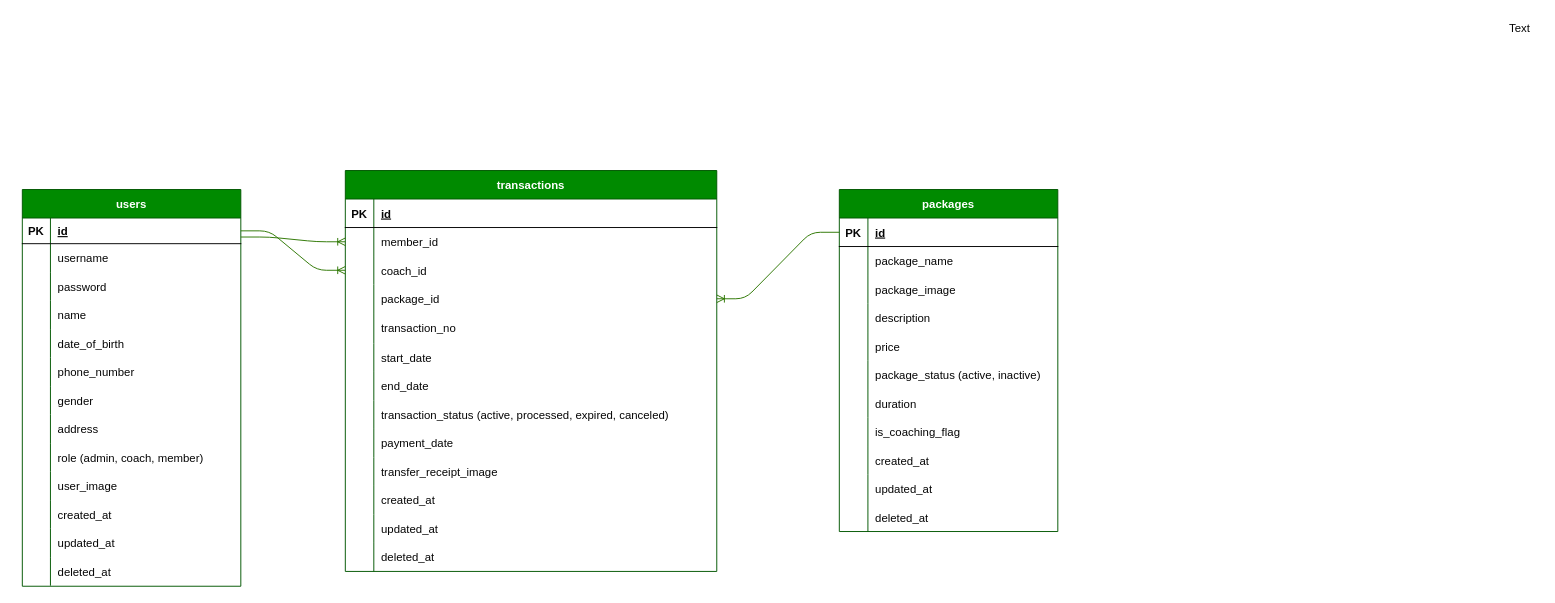
Before: erd.drawio in rahmatadlin/gym_app, a draw.io diagram. Source tidied: cells renumbered, new cells numbered last; positions are measured from the earlier drawing's top-left corner, leaving out a move shared by most shapes. Both pictures are drawn from the tidied source at 95%, with x=0, y=0 at pixel (22, 16).
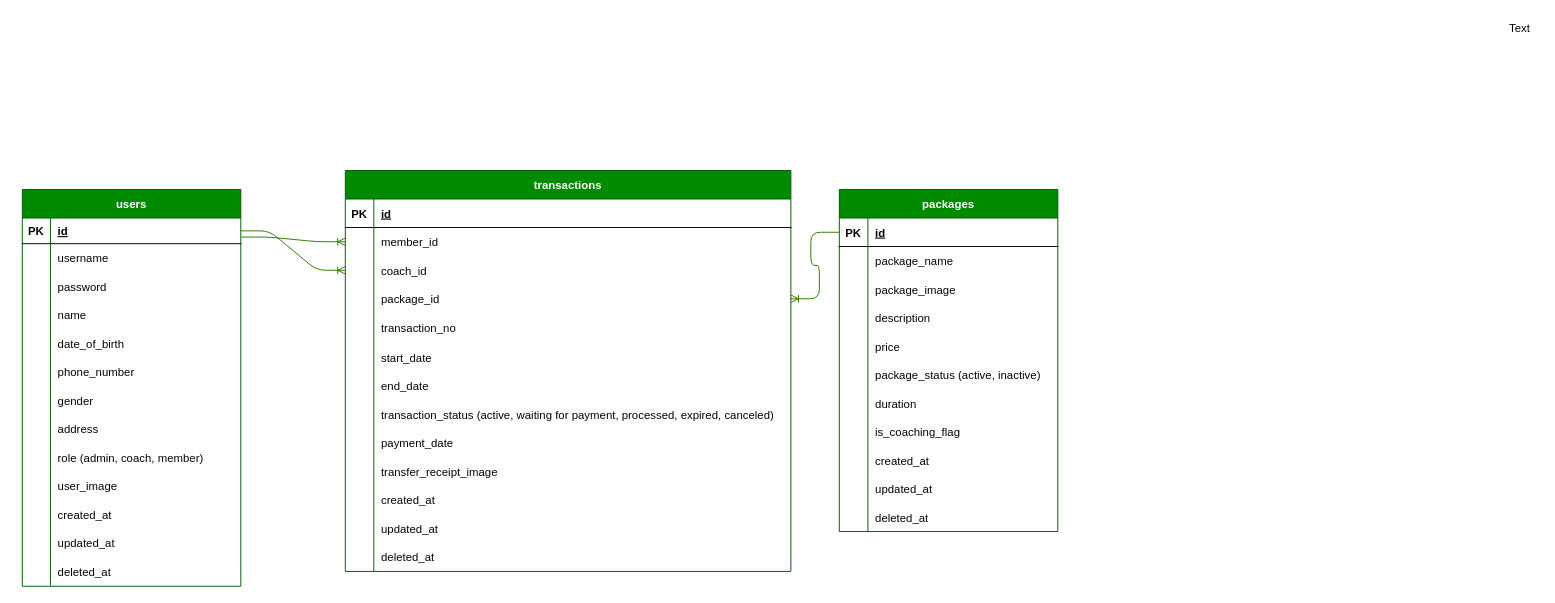
Above is the later version.

What changed in the source:
```diff
@@
     <mxCell id="42" value="transactions" style="shape=table;startSize=30;childLayout=tableLayout;rowLines=0;fontStyle=1;align=center;fontColor=#ffffff;fillColor=#008a00;strokeColor=#005700;" parent="1" vertex="1">
-      <mxGeometry x="340" y="162" width="391" height="422" as="geometry" />
+      <mxGeometry x="340" y="162" width="469" height="422" as="geometry" />
     </mxCell>
     <mxCell id="43" style="shape=tableRow;horizontal=0;startSize=0;swimlaneHead=0;swimlaneBody=0;fillColor=none;top=0;left=0;right=0;bottom=1;fontColor=#050505;" parent="42" vertex="1">
-      <mxGeometry y="30" width="391" height="30" as="geometry" />
+      <mxGeometry y="30" width="469" height="30" as="geometry" />
     </mxCell>
@@
     <mxCell id="45" value="id" style="shape=partialRectangle;fillColor=none;top=0;left=0;bottom=0;right=0;align=left;spacingLeft=6;fontStyle=5;overflow=hidden;fontColor=#050505;" parent="43" vertex="1">
-      <mxGeometry x="30" width="361" height="30" as="geometry" />
+      <mxGeometry x="30" width="439" height="30" as="geometry" />
     </mxCell>
     <mxCell id="46" style="shape=tableRow;horizontal=0;startSize=0;swimlaneHead=0;swimlaneBody=0;fillColor=none;points=[[0,0.5],[1,0.5]];portConstraint=eastwest;top=0;left=0;right=0;bottom=0;fontColor=#050505;" parent="42" vertex="1">
-      <mxGeometry y="60" width="391" height="30" as="geometry" />
+      <mxGeometry y="60" width="469" height="30" as="geometry" />
     </mxCell>
@@
     <mxCell id="48" value="member_id" style="shape=partialRectangle;fillColor=none;top=0;left=0;bottom=0;right=0;align=left;spacingLeft=6;overflow=hidden;fontColor=#050505;" parent="46" vertex="1">
-      <mxGeometry x="30" width="361" height="30" as="geometry" />
+      <mxGeometry x="30" width="439" height="30" as="geometry" />
     </mxCell>
     <mxCell id="49" style="shape=tableRow;horizontal=0;startSize=0;swimlaneHead=0;swimlaneBody=0;fillColor=none;points=[[0,0.5],[1,0.5]];portConstraint=eastwest;top=0;left=0;right=0;bottom=0;fontColor=#050505;" parent="42" vertex="1">
-      <mxGeometry y="90" width="391" height="30" as="geometry" />
+      <mxGeometry y="90" width="469" height="30" as="geometry" />
     </mxCell>
@@
     <mxCell id="51" value="coach_id" style="shape=partialRectangle;fillColor=none;top=0;left=0;bottom=0;right=0;align=left;spacingLeft=6;overflow=hidden;fontColor=#050505;" parent="49" vertex="1">
-      <mxGeometry x="30" width="361" height="30" as="geometry" />
+      <mxGeometry x="30" width="439" height="30" as="geometry" />
     </mxCell>
     <mxCell id="52" style="shape=tableRow;horizontal=0;startSize=0;swimlaneHead=0;swimlaneBody=0;fillColor=none;points=[[0,0.5],[1,0.5]];portConstraint=eastwest;top=0;left=0;right=0;bottom=0;fontColor=#050505;" parent="42" vertex="1">
-      <mxGeometry y="120" width="391" height="30" as="geometry" />
+      <mxGeometry y="120" width="469" height="30" as="geometry" />
     </mxCell>
@@
     <mxCell id="54" value="package_id" style="shape=partialRectangle;fillColor=none;top=0;left=0;bottom=0;right=0;align=left;spacingLeft=6;overflow=hidden;fontColor=#050505;" parent="52" vertex="1">
-      <mxGeometry x="30" width="361" height="30" as="geometry" />
+      <mxGeometry x="30" width="439" height="30" as="geometry" />
     </mxCell>
     <mxCell id="55" style="shape=tableRow;horizontal=0;startSize=0;swimlaneHead=0;swimlaneBody=0;fillColor=none;top=0;left=0;right=0;bottom=0;fontColor=#050505;" parent="42" vertex="1">
-      <mxGeometry y="150" width="391" height="32" as="geometry" />
+      <mxGeometry y="150" width="469" height="32" as="geometry" />
     </mxCell>
@@
     <mxCell id="57" value="transaction_no" style="shape=partialRectangle;fillColor=none;top=0;left=0;bottom=0;right=0;align=left;spacingLeft=6;overflow=hidden;fontColor=#050505;" parent="55" vertex="1">
-      <mxGeometry x="30" width="361" height="32" as="geometry" />
+      <mxGeometry x="30" width="439" height="32" as="geometry" />
     </mxCell>
     <mxCell id="58" style="shape=tableRow;horizontal=0;startSize=0;swimlaneHead=0;swimlaneBody=0;fillColor=none;top=0;left=0;right=0;bottom=0;fontColor=#050505;" parent="42" vertex="1">
-      <mxGeometry y="182" width="391" height="30" as="geometry" />
+      <mxGeometry y="182" width="469" height="30" as="geometry" />
     </mxCell>
@@
     <mxCell id="60" value="start_date" style="shape=partialRectangle;fillColor=none;top=0;left=0;bottom=0;right=0;align=left;spacingLeft=6;overflow=hidden;fontColor=#050505;" parent="58" vertex="1">
-      <mxGeometry x="30" width="361" height="30" as="geometry" />
+      <mxGeometry x="30" width="439" height="30" as="geometry" />
     </mxCell>
     <mxCell id="61" style="shape=tableRow;horizontal=0;startSize=0;swimlaneHead=0;swimlaneBody=0;fillColor=none;top=0;left=0;right=0;bottom=0;fontColor=#050505;" parent="42" vertex="1">
-      <mxGeometry y="212" width="391" height="30" as="geometry" />
+      <mxGeometry y="212" width="469" height="30" as="geometry" />
     </mxCell>
@@
     <mxCell id="63" value="end_date" style="shape=partialRectangle;fillColor=none;top=0;left=0;bottom=0;right=0;align=left;spacingLeft=6;overflow=hidden;fontColor=#050505;" parent="61" vertex="1">
-      <mxGeometry x="30" width="361" height="30" as="geometry" />
+      <mxGeometry x="30" width="439" height="30" as="geometry" />
     </mxCell>
     <mxCell id="64" style="shape=tableRow;horizontal=0;startSize=0;swimlaneHead=0;swimlaneBody=0;fillColor=none;top=0;left=0;right=0;bottom=0;fontColor=#050505;" parent="42" vertex="1">
-      <mxGeometry y="242" width="391" height="30" as="geometry" />
+      <mxGeometry y="242" width="469" height="30" as="geometry" />
     </mxCell>
@@
-    <mxCell id="66" value="transaction_status (active, processed, expired, canceled)" style="shape=partialRectangle;fillColor=none;top=0;left=0;bottom=0;right=0;align=left;spacingLeft=6;overflow=hidden;fontColor=#050505;" parent="64" vertex="1">
-      <mxGeometry x="30" width="361" height="30" as="geometry" />
+    <mxCell id="66" value="transaction_status (active, waiting for payment, processed, expired, canceled)" style="shape=partialRectangle;fillColor=none;top=0;left=0;bottom=0;right=0;align=left;spacingLeft=6;overflow=hidden;fontColor=#050505;" parent="64" vertex="1">
+      <mxGeometry x="30" width="439" height="30" as="geometry" />
     </mxCell>
     <mxCell id="67" style="shape=tableRow;horizontal=0;startSize=0;swimlaneHead=0;swimlaneBody=0;fillColor=none;top=0;left=0;right=0;bottom=0;fontColor=#050505;" parent="42" vertex="1">
-      <mxGeometry y="272" width="391" height="30" as="geometry" />
+      <mxGeometry y="272" width="469" height="30" as="geometry" />
     </mxCell>
@@
     <mxCell id="69" value="payment_date" style="shape=partialRectangle;fillColor=none;top=0;left=0;bottom=0;right=0;align=left;spacingLeft=6;overflow=hidden;fontColor=#050505;" parent="67" vertex="1">
-      <mxGeometry x="30" width="361" height="30" as="geometry" />
+      <mxGeometry x="30" width="439" height="30" as="geometry" />
     </mxCell>
     <mxCell id="70" style="shape=tableRow;horizontal=0;startSize=0;swimlaneHead=0;swimlaneBody=0;fillColor=none;top=0;left=0;right=0;bottom=0;fontColor=#050505;" parent="42" vertex="1">
-      <mxGeometry y="302" width="391" height="30" as="geometry" />
+      <mxGeometry y="302" width="469" height="30" as="geometry" />
     </mxCell>
@@
     <mxCell id="72" value="transfer_receipt_image" style="shape=partialRectangle;fillColor=none;top=0;left=0;bottom=0;right=0;align=left;spacingLeft=6;overflow=hidden;fontColor=#050505;" parent="70" vertex="1">
-      <mxGeometry x="30" width="361" height="30" as="geometry" />
+      <mxGeometry x="30" width="439" height="30" as="geometry" />
     </mxCell>
     <mxCell id="73" style="shape=tableRow;horizontal=0;startSize=0;swimlaneHead=0;swimlaneBody=0;fillColor=none;top=0;left=0;right=0;bottom=0;fontColor=#050505;" parent="42" vertex="1">
-      <mxGeometry y="332" width="391" height="30" as="geometry" />
+      <mxGeometry y="332" width="469" height="30" as="geometry" />
     </mxCell>
@@
     <mxCell id="75" value="created_at" style="shape=partialRectangle;fillColor=none;top=0;left=0;bottom=0;right=0;align=left;spacingLeft=6;overflow=hidden;fontColor=#050505;" parent="73" vertex="1">
-      <mxGeometry x="30" width="361" height="30" as="geometry" />
+      <mxGeometry x="30" width="439" height="30" as="geometry" />
     </mxCell>
     <mxCell id="76" style="shape=tableRow;horizontal=0;startSize=0;swimlaneHead=0;swimlaneBody=0;fillColor=none;top=0;left=0;right=0;bottom=0;fontColor=#050505;" parent="42" vertex="1">
-      <mxGeometry y="362" width="391" height="30" as="geometry" />
+      <mxGeometry y="362" width="469" height="30" as="geometry" />
     </mxCell>
@@
     <mxCell id="78" value="updated_at" style="shape=partialRectangle;fillColor=none;top=0;left=0;bottom=0;right=0;align=left;spacingLeft=6;overflow=hidden;fontColor=#050505;" parent="76" vertex="1">
-      <mxGeometry x="30" width="361" height="30" as="geometry" />
+      <mxGeometry x="30" width="439" height="30" as="geometry" />
     </mxCell>
     <mxCell id="79" style="shape=tableRow;horizontal=0;startSize=0;swimlaneHead=0;swimlaneBody=0;fillColor=none;top=0;left=0;right=0;bottom=0;fontColor=#050505;" parent="42" vertex="1">
-      <mxGeometry y="392" width="391" height="30" as="geometry" />
+      <mxGeometry y="392" width="469" height="30" as="geometry" />
     </mxCell>
@@
     <mxCell id="81" value="deleted_at" style="shape=partialRectangle;fillColor=none;top=0;left=0;bottom=0;right=0;align=left;spacingLeft=6;overflow=hidden;fontColor=#050505;" parent="79" vertex="1">
-      <mxGeometry x="30" width="361" height="30" as="geometry" />
+      <mxGeometry x="30" width="439" height="30" as="geometry" />
     </mxCell>
```
